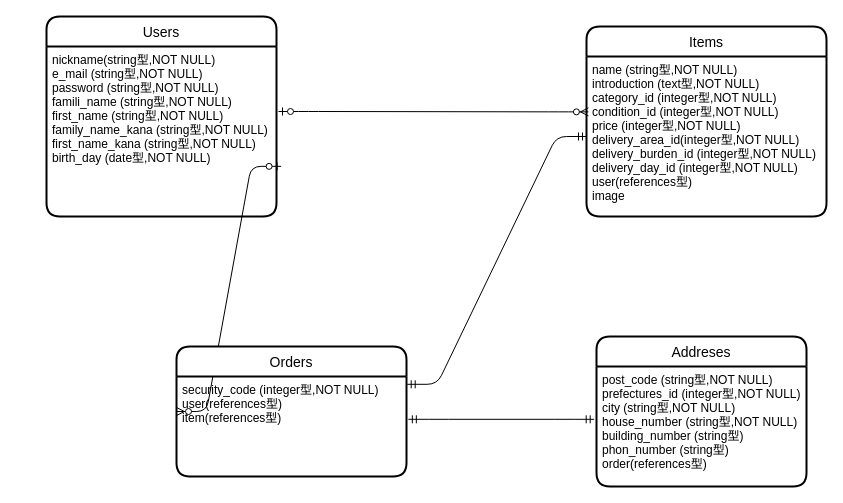
Before: test.dio in ma2sh0505/furima-31034, a draw.io diagram. Source tidied: cells renumbered, new cells numbered last; positions are measured from the earlier drawing's top-left corner, leaving out a move shared by most shapes. Both pictures are drawn from the tidied source at 100%, with x=0, y=0 at pixel (46, 16).
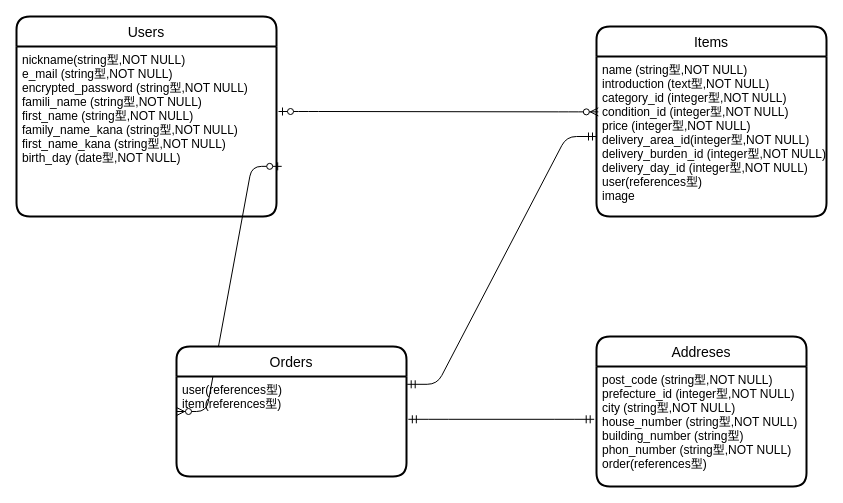
The same diagram, later.

Commit message (it also covers changes not shown here):
ER図.READEME編集2

Change to the diagram source:
```diff
@@
 <mxGraphModel>
   <root>
     <mxCell id="0" />
     <mxCell id="1" parent="0" />
     <mxCell id="2" style="edgeStyle=entityRelationEdgeStyle;fontSize=12;html=1;endArrow=ERzeroToMany;startArrow=ERzeroToOne;entryX=0.008;entryY=0.346;entryDx=0;entryDy=0;entryPerimeter=0;" parent="1" edge="1" target="14">
       <mxGeometry relative="1" as="geometry">
         <mxPoint x="232" y="95" as="sourcePoint" />
       </mxGeometry>
     </mxCell>
+    <mxCell id="13" value="Items" style="swimlane;horizontal=1;startSize=30;rounded=1;fontSize=14;fontStyle=0;strokeWidth=2;shadow=0;dashed=0;align=center;" parent="1" vertex="1">
+      <mxGeometry x="550" y="10" width="230" height="190" as="geometry" />
+    </mxCell>
+    <mxCell id="14" value="name (string型,NOT NULL)&#10;introduction (text型,NOT NULL)&#10;category_id (integer型,NOT NULL)&#10;condition_id (integer型,NOT NULL)&#10;price (integer型,NOT NULL)&#10;delivery_area_id(integer型,NOT NULL)&#10;delivery_burden_id (integer型,NOT NULL)&#10;delivery_day_id (integer型,NOT NULL)&#10;user(references型)&#10;image" style="align=left;strokeColor=none;fillColor=none;spacingLeft=4;fontSize=12;verticalAlign=top;" parent="13" vertex="1">
+      <mxGeometry y="30" width="230" height="160" as="geometry" />
+    </mxCell>
     <mxCell id="3" value="Users" style="swimlane;horizontal=1;startSize=30;rounded=1;fontSize=14;fontStyle=0;strokeWidth=2;shadow=0;dashed=0;align=center;" parent="1" vertex="1">
-      <mxGeometry width="230" height="200" as="geometry" />
+      <mxGeometry x="-30" width="260" height="200" as="geometry" />
     </mxCell>
-    <mxCell id="4" value="nickname(string型,NOT NULL)&#10;e_mail (string型,NOT NULL)&#10;password (string型,NOT NULL)&#10;famili_name (string型,NOT NULL)&#10;first_name (string型,NOT NULL)&#10;family_name_kana (string型,NOT NULL)&#10;first_name_kana (string型,NOT NULL)&#10;birth_day (date型,NOT NULL)&#10;" style="align=left;strokeColor=none;fillColor=none;spacingLeft=4;fontSize=12;verticalAlign=top;" parent="3" vertex="1">
-      <mxGeometry y="30" width="230" height="170" as="geometry" />
+    <mxCell id="4" value="nickname(string型,NOT NULL)&#10;e_mail (string型,NOT NULL)&#10;encrypted_password (string型,NOT NULL)&#10;famili_name (string型,NOT NULL)&#10;first_name (string型,NOT NULL)&#10;family_name_kana (string型,NOT NULL)&#10;first_name_kana (string型,NOT NULL)&#10;birth_day (date型,NOT NULL)&#10;" style="align=left;strokeColor=none;fillColor=none;spacingLeft=4;fontSize=12;verticalAlign=top;" parent="3" vertex="1">
+      <mxGeometry y="30" width="260" height="170" as="geometry" />
     </mxCell>
     <mxCell id="5" style="edgeStyle=entityRelationEdgeStyle;fontSize=12;html=1;endArrow=ERzeroToMany;startArrow=ERzeroToOne;exitX=1.02;exitY=0.705;exitDx=0;exitDy=0;exitPerimeter=0;entryX=0;entryY=0.5;entryDx=0;entryDy=0;" parent="1" edge="1" source="4" target="7">
       <mxGeometry relative="1" as="geometry" />
     </mxCell>
     <mxCell id="6" style="edgeStyle=entityRelationEdgeStyle;fontSize=12;html=1;endArrow=ERmandOne;startArrow=ERmandOne;exitX=1.003;exitY=0.078;exitDx=0;exitDy=0;entryX=0;entryY=0.5;entryDx=0;entryDy=0;exitPerimeter=0;" parent="1" edge="1" source="8" target="14">
       <mxGeometry relative="1" as="geometry" />
     </mxCell>
     <mxCell id="7" value="Orders" style="swimlane;horizontal=1;startSize=30;rounded=1;fontSize=14;fontStyle=0;strokeWidth=2;shadow=0;dashed=0;align=center;" parent="1" vertex="1">
       <mxGeometry x="130" y="330" width="230" height="130" as="geometry" />
     </mxCell>
-    <mxCell id="8" value="security_code (integer型,NOT NULL)&#10;user(references型)&#10;item(references型)&#10;&#10;" style="align=left;strokeColor=none;fillColor=none;spacingLeft=4;fontSize=12;verticalAlign=top;" parent="7" vertex="1">
+    <mxCell id="8" value="user(references型)&#10;item(references型)&#10;&#10;" style="align=left;strokeColor=none;fillColor=none;spacingLeft=4;fontSize=12;verticalAlign=top;" parent="7" vertex="1">
       <mxGeometry y="30" width="230" height="100" as="geometry" />
     </mxCell>
     <mxCell id="9" style="edgeStyle=entityRelationEdgeStyle;fontSize=12;html=1;endArrow=ERmandOne;startArrow=ERmandOne;entryX=-0.011;entryY=0.44;entryDx=0;entryDy=0;entryPerimeter=0;exitX=1.008;exitY=0.428;exitDx=0;exitDy=0;exitPerimeter=0;" parent="1" edge="1" source="8" target="11">
       <mxGeometry relative="1" as="geometry" />
     </mxCell>
     <mxCell id="10" value="Addreses" style="swimlane;horizontal=1;startSize=30;rounded=1;fontSize=14;fontStyle=0;strokeWidth=2;shadow=0;dashed=0;align=center;" parent="1" vertex="1">
       <mxGeometry x="550" y="320" width="210" height="150" as="geometry" />
     </mxCell>
-    <mxCell id="11" value="post_code (string型,NOT NULL)&#10;prefectures_id (integer型,NOT NULL)&#10;city (string型,NOT NULL)&#10;house_number (string型,NOT NULL)&#10;building_number (string型)&#10;phon_number (string型)&#10;order(references型)" style="align=left;strokeColor=none;fillColor=none;spacingLeft=4;fontSize=12;verticalAlign=top;" parent="10" vertex="1">
+    <mxCell id="11" value="post_code (string型,NOT NULL)&#10;prefecture_id (integer型,NOT NULL)&#10;city (string型,NOT NULL)&#10;house_number (string型,NOT NULL)&#10;building_number (string型)&#10;phon_number (string型,NOT NULL)&#10;order(references型)" style="align=left;strokeColor=none;fillColor=none;spacingLeft=4;fontSize=12;verticalAlign=top;" parent="10" vertex="1">
       <mxGeometry y="30" width="210" height="120" as="geometry" />
     </mxCell>
     <mxCell id="12" style="edgeStyle=orthogonalEdgeStyle;rounded=0;orthogonalLoop=1;jettySize=auto;html=1;exitX=0.5;exitY=1;exitDx=0;exitDy=0;" parent="10" edge="1" source="11" target="11">
       <mxGeometry relative="1" as="geometry" />
     </mxCell>
-    <mxCell id="13" value="Items" style="swimlane;horizontal=1;startSize=30;rounded=1;fontSize=14;fontStyle=0;strokeWidth=2;shadow=0;dashed=0;align=center;" parent="1" vertex="1">
-      <mxGeometry x="540" y="10" width="240" height="190" as="geometry" />
-    </mxCell>
-    <mxCell id="14" value="name (string型,NOT NULL)&#10;introduction (text型,NOT NULL)&#10;category_id (integer型,NOT NULL)&#10;condition_id (integer型,NOT NULL)&#10;price (integer型,NOT NULL)&#10;delivery_area_id(integer型,NOT NULL)&#10;delivery_burden_id (integer型,NOT NULL)&#10;delivery_day_id (integer型,NOT NULL)&#10;user(references型)&#10;image" style="align=left;strokeColor=none;fillColor=none;spacingLeft=4;fontSize=12;verticalAlign=top;" parent="13" vertex="1">
-      <mxGeometry y="30" width="240" height="160" as="geometry" />
-    </mxCell>
   </root>
 </mxGraphModel>
```
